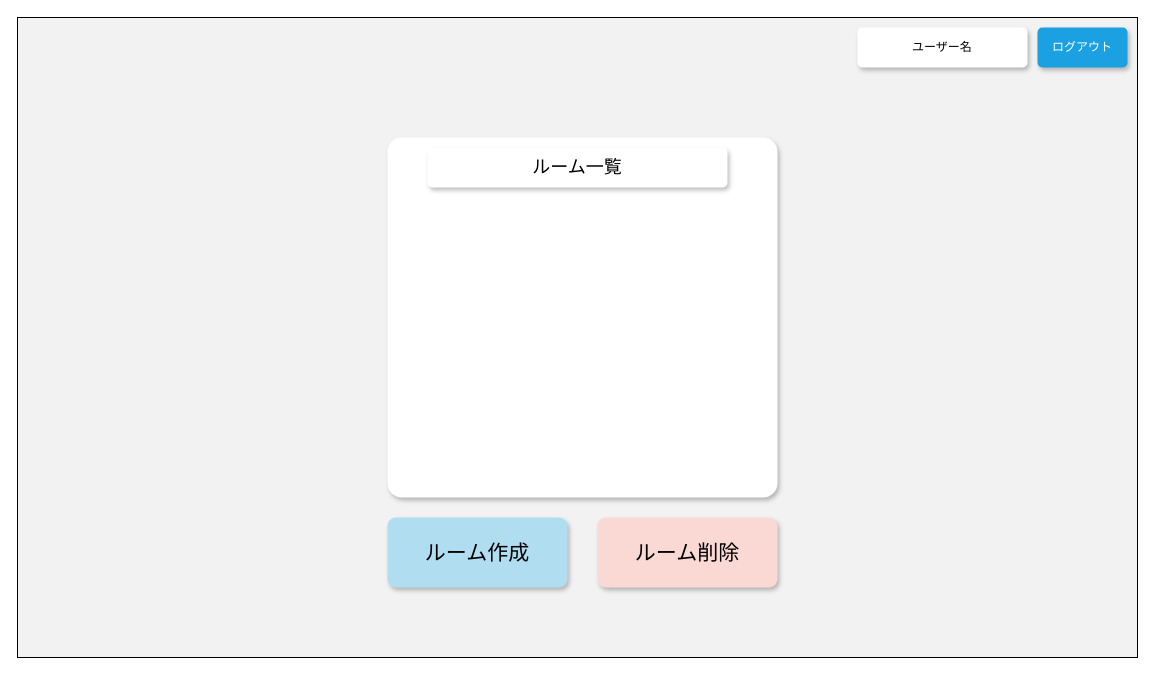
ryoya07/chattool keeps this draw.io diagram as page "メイン画面" (1 of 6) of ワイヤーフレーム.drawio. Above is the earlier version. Source tidied: cells renumbered, new cells numbered last; positions are measured from the earlier drawing's top-left corner, leaving out a move shared by most shapes. Both pictures are drawn from the tidied source at 100%, with x=0, y=0 at pixel (17, 17).
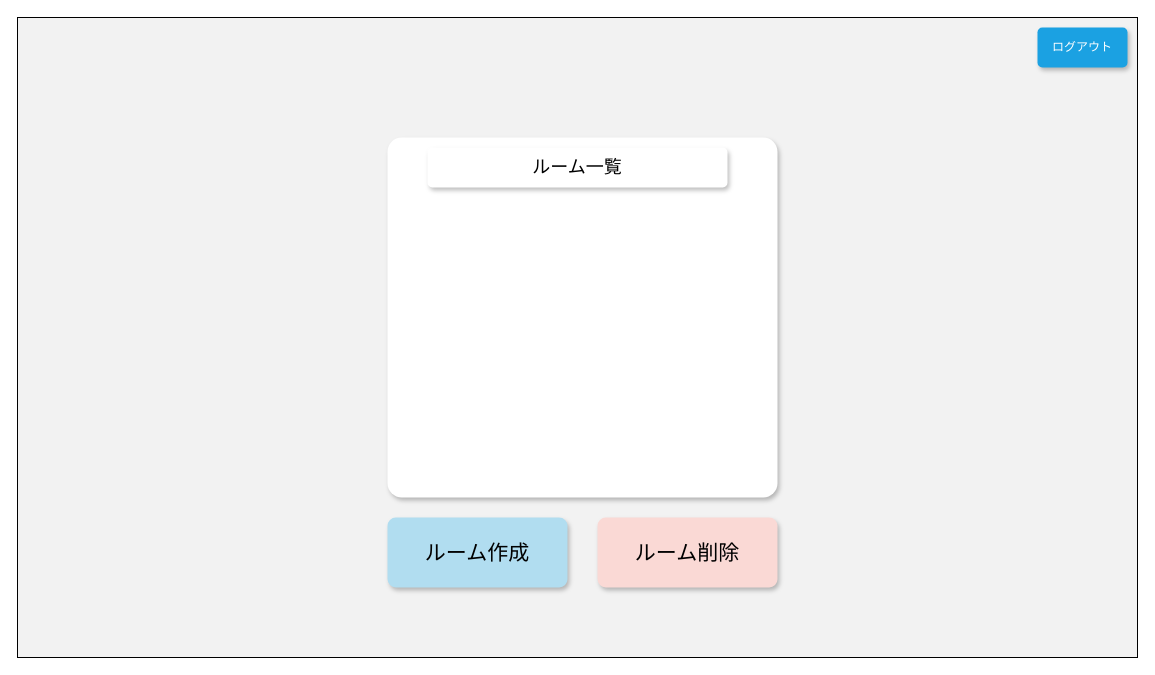
The same page after the edit.

Change to the diagram source:
```diff
@@
 <mxGraphModel>
   <root>
     <mxCell id="0" />
     <mxCell id="1" parent="0" />
     <mxCell id="2" style="rounded=0;whiteSpace=wrap;html=1;fillColor=#F2F2F2;" parent="1" vertex="1">
       <mxGeometry width="1120" height="640" as="geometry" />
     </mxCell>
     <mxCell id="3" style="rounded=1;whiteSpace=wrap;html=1;labelBorderColor=none;glass=0;shadow=1;perimeterSpacing=0;gradientColor=none;arcSize=4;fontColor=#FFFFFF;labelBackgroundColor=none;textShadow=1;strokeColor=none;" parent="1" vertex="1">
       <mxGeometry x="370" y="120" width="390" height="360" as="geometry" />
     </mxCell>
-    <mxCell id="4" value="ユーザー名" style="rounded=1;whiteSpace=wrap;html=1;labelBorderColor=none;glass=0;shadow=1;perimeterSpacing=0;gradientColor=none;arcSize=12;fontColor=#000000;labelBackgroundColor=none;textShadow=0;strokeColor=none;" parent="1" vertex="1">
-      <mxGeometry x="840" y="10" width="170" height="40" as="geometry" />
-    </mxCell>
     <mxCell id="5" value="ログアウト" style="rounded=1;whiteSpace=wrap;html=1;labelBorderColor=none;glass=0;shadow=1;perimeterSpacing=0;arcSize=12;fontColor=#ffffff;labelBackgroundColor=none;textShadow=0;strokeColor=none;fillColor=#1ba1e2;" parent="1" vertex="1">
       <mxGeometry x="1020" y="10" width="90" height="40" as="geometry" />
     </mxCell>
     <mxCell id="6" value="ルーム作成" style="rounded=1;whiteSpace=wrap;html=1;labelBorderColor=none;glass=0;shadow=1;perimeterSpacing=0;arcSize=12;labelBackgroundColor=none;textShadow=0;strokeColor=none;fontSize=21;fillColor=#b1ddf0;" parent="1" vertex="1">
       <mxGeometry x="370" y="500" width="180" height="70" as="geometry" />
     </mxCell>
     <mxCell id="7" value="ルーム削除" style="rounded=1;whiteSpace=wrap;html=1;labelBorderColor=none;glass=0;shadow=1;perimeterSpacing=0;arcSize=12;labelBackgroundColor=none;textShadow=0;fontSize=21;fillColor=#fad9d5;strokeColor=none;" parent="1" vertex="1">
       <mxGeometry x="580" y="500" width="180" height="70" as="geometry" />
     </mxCell>
     <mxCell id="8" value="ルーム一覧" style="rounded=1;whiteSpace=wrap;html=1;labelBorderColor=none;glass=0;shadow=1;perimeterSpacing=0;gradientColor=none;arcSize=12;fontColor=#000000;labelBackgroundColor=none;textShadow=0;strokeColor=none;fontSize=18;" parent="1" vertex="1">
       <mxGeometry x="410" y="130" width="300" height="40" as="geometry" />
     </mxCell>
   </root>
 </mxGraphModel>
```
